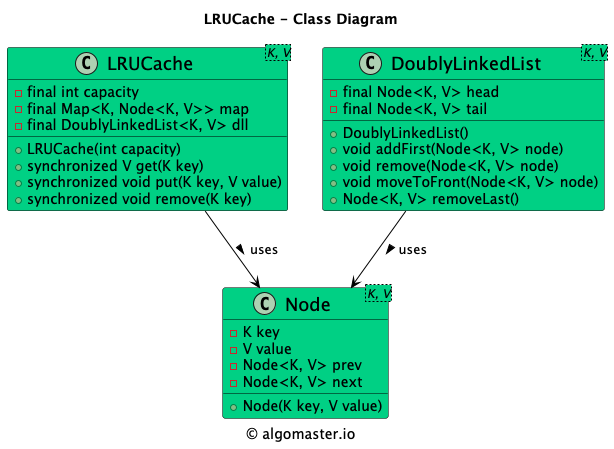
Before: uml-diagrams/class-diagrams/lrucache-class-diagram.png, a diagram exported from PlantUML (K-1303/low-level-design). The source it was exported from:
```plantuml
@startuml

title LRUCache - Class Diagram

caption © algomaster.io

skinparam backgroundColor white
skinparam wrapWidth 500

skinparam class {
  BackgroundColor #00D084
  BorderColor black
  ArrowColor black
  FontSize 18
}

class Node<K, V> {
    - K key
    - V value
    - Node<K, V> prev
    - Node<K, V> next
    + Node(K key, V value)
}

class LRUCache<K, V> {
    - final int capacity
    - final Map<K, Node<K, V>> map
    - final DoublyLinkedList<K, V> dll
    + LRUCache(int capacity)
    + synchronized V get(K key)
    + synchronized void put(K key, V value)
    + synchronized void remove(K key)
}

class DoublyLinkedList<K, V> {
    - final Node<K, V> head
    - final Node<K, V> tail
    + DoublyLinkedList()
    + void addFirst(Node<K, V> node)
    + void remove(Node<K, V> node)
    + void moveToFront(Node<K, V> node)
    + Node<K, V> removeLast()
}

LRUCache --> Node: uses >
DoublyLinkedList --> Node: uses >

@enduml
```
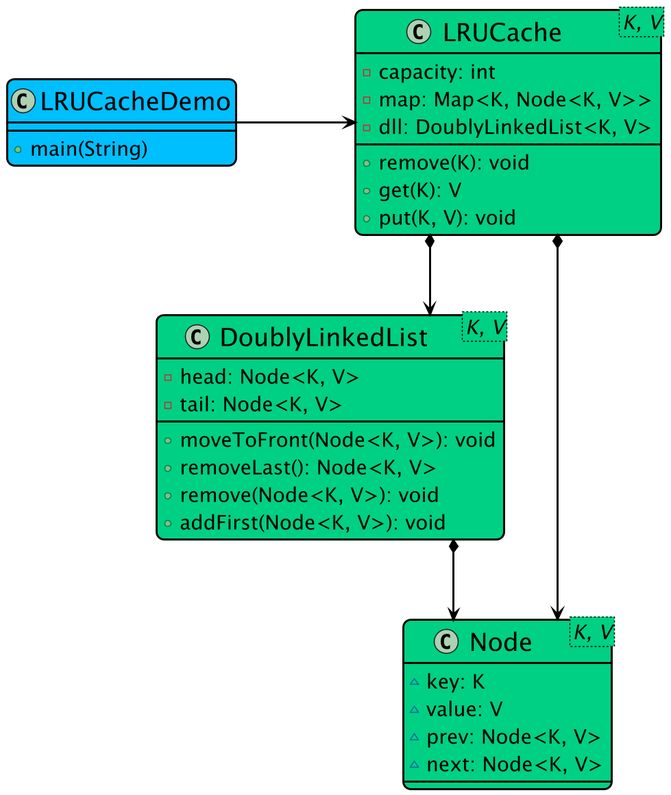
Above is the later version.

What changed in the source:
```diff
@@ -1,48 +1,57 @@
 @startuml
 
-title LRUCache - Class Diagram
-
-caption © algomaster.io
+top to bottom direction
+skinparam linetype ortho
 
 skinparam backgroundColor white
 skinparam wrapWidth 500
+skinparam roundCorner 15
+skinparam defaultFontSize 20
+skinparam defaultFontColor black
+skinparam ArrowColor black
+skinparam Padding 2
+skinparam dpi 140
+skinparam nodesep 120
+skinparam ranksep 80
 
 skinparam class {
-  BackgroundColor #00D084
+  BackgroundColor #00d084
   BorderColor black
   ArrowColor black
-  FontSize 18
-}
-
-class Node<K, V> {
-    - K key
-    - V value
-    - Node<K, V> prev
-    - Node<K, V> next
-    + Node(K key, V value)
-}
-
-class LRUCache<K, V> {
-    - final int capacity
-    - final Map<K, Node<K, V>> map
-    - final DoublyLinkedList<K, V> dll
-    + LRUCache(int capacity)
-    + synchronized V get(K key)
-    + synchronized void put(K key, V value)
-    + synchronized void remove(K key)
+  FontSize 25
+  BorderThickness 2
+  ArrowThickness 2
 }
 
 class DoublyLinkedList<K, V> {
-    - final Node<K, V> head
-    - final Node<K, V> tail
-    + DoublyLinkedList()
-    + void addFirst(Node<K, V> node)
-    + void remove(Node<K, V> node)
-    + void moveToFront(Node<K, V> node)
-    + Node<K, V> removeLast()
+  - head: Node<K, V>
+  - tail: Node<K, V>
+  + moveToFront(Node<K, V>): void
+  + removeLast(): Node<K, V>
+  + remove(Node<K, V>): void
+  + addFirst(Node<K, V>): void
+}
+class LRUCache<K, V> {
+  - capacity: int
+  - map: Map<K, Node<K, V>>
+  - dll: DoublyLinkedList<K, V>
+  + remove(K): void
+  + get(K): V
+  + put(K, V): void
+}
+class Node<K, V> {
+  ~ key: K
+  ~ value: V
+  ~ prev: Node<K, V>
+  ~ next: Node<K, V>
 }
 
-LRUCache --> Node: uses >
-DoublyLinkedList --> Node: uses >
+class LRUCacheDemo #00bfff {
+    + main(String)
+}
 
+DoublyLinkedList  *-[plain]-> Node
+LRUCache          *-[plain]-> DoublyLinkedList
+LRUCache          *-[plain]-> Node
+LRUCacheDemo      -[plain]right-> LRUCache
 @enduml
```
